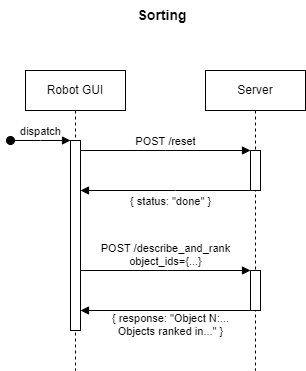
This is resources/sorting_flow.png from clear-nus/octopi-1.5, a draw.io export, as it was before one commit. Source tidied: cells renumbered, new cells last; positions are measured from the earlier drawing's top-left corner, leaving out a move shared by most shapes.
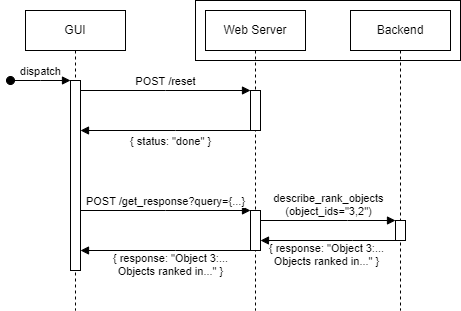
After the change.

Commit message:
Update API diagrams for v2

The edit, as a diff of the source:
```diff
@@ -2,7 +2,7 @@
   <root>
     <mxCell id="0" />
     <mxCell id="1" parent="0" />
-    <mxCell id="2" value="Robot GUI" style="shape=umlLifeline;perimeter=lifelinePerimeter;whiteSpace=wrap;html=1;newEdgeStyle={&quot;edgeStyle&quot;:&quot;elbowEdgeStyle&quot;,&quot;elbow&quot;:&quot;vertical&quot;,&quot;curved&quot;:0,&quot;rounded&quot;:0};" parent="1" vertex="1">
+    <mxCell id="2" value="GUI" style="shape=umlLifeline;perimeter=lifelinePerimeter;whiteSpace=wrap;html=1;newEdgeStyle={&quot;edgeStyle&quot;:&quot;elbowEdgeStyle&quot;,&quot;elbow&quot;:&quot;vertical&quot;,&quot;curved&quot;:0,&quot;rounded&quot;:0};" parent="1" vertex="1">
       <mxGeometry x="15" y="70" width="100" height="300" as="geometry" />
     </mxCell>
     <mxCell id="3" style="html=1;points=[];perimeter=orthogonalPerimeter;outlineConnect=0;targetShapes=umlLifeline;portConstraint=eastwest;newEdgeStyle={&quot;edgeStyle&quot;:&quot;elbowEdgeStyle&quot;,&quot;elbow&quot;:&quot;vertical&quot;,&quot;curved&quot;:0,&quot;rounded&quot;:0};" parent="2" vertex="1">
@@ -13,7 +13,7 @@
         <mxPoint x="-15" y="70" as="sourcePoint" />
       </mxGeometry>
     </mxCell>
-    <mxCell id="5" value="Server" style="shape=umlLifeline;perimeter=lifelinePerimeter;whiteSpace=wrap;html=1;newEdgeStyle={&quot;edgeStyle&quot;:&quot;elbowEdgeStyle&quot;,&quot;elbow&quot;:&quot;vertical&quot;,&quot;curved&quot;:0,&quot;rounded&quot;:0};" parent="1" vertex="1">
+    <mxCell id="5" value="Web Server" style="shape=umlLifeline;perimeter=lifelinePerimeter;whiteSpace=wrap;html=1;newEdgeStyle={&quot;edgeStyle&quot;:&quot;elbowEdgeStyle&quot;,&quot;elbow&quot;:&quot;vertical&quot;,&quot;curved&quot;:0,&quot;rounded&quot;:0};" parent="1" vertex="1">
       <mxGeometry x="195" y="70" width="100" height="300" as="geometry" />
     </mxCell>
     <mxCell id="6" style="html=1;points=[];perimeter=orthogonalPerimeter;outlineConnect=0;targetShapes=umlLifeline;portConstraint=eastwest;newEdgeStyle={&quot;edgeStyle&quot;:&quot;elbowEdgeStyle&quot;,&quot;elbow&quot;:&quot;vertical&quot;,&quot;curved&quot;:0,&quot;rounded&quot;:0};" parent="5" vertex="1">
@@ -36,22 +36,48 @@
         </Array>
       </mxGeometry>
     </mxCell>
-    <mxCell id="10" value="Sorting" style="text;html=1;align=center;verticalAlign=middle;whiteSpace=wrap;rounded=0;fontStyle=1;fontSize=14;" parent="1" vertex="1">
-      <mxGeometry x="122" width="60" height="30" as="geometry" />
-    </mxCell>
-    <mxCell id="11" value="POST /describe_and_rank&lt;div&gt;object_ids={...}&lt;/div&gt;" style="html=1;verticalAlign=bottom;endArrow=block;edgeStyle=elbowEdgeStyle;elbow=horizontal;curved=0;rounded=0;" parent="1" edge="1" source="3" target="7">
+    <mxCell id="11" value="describe_rank_objects&lt;div&gt;(object_ids=&quot;3,2&quot;)&lt;/div&gt;" style="html=1;verticalAlign=bottom;endArrow=block;edgeStyle=elbowEdgeStyle;elbow=horizontal;curved=0;rounded=0;" parent="1" edge="1" target="14">
       <mxGeometry relative="1" as="geometry">
+        <mxPoint x="250" y="280" as="sourcePoint" />
         <Array as="points">
-          <mxPoint x="157" y="270" />
+          <mxPoint x="337" y="280" />
         </Array>
       </mxGeometry>
     </mxCell>
-    <mxCell id="12" value="{ response: &quot;Object N:...&lt;div&gt;Objects ranked in...&quot; }&lt;/div&gt;" style="html=1;verticalAlign=bottom;endArrow=block;edgeStyle=elbowEdgeStyle;elbow=vertical;curved=0;rounded=0;exitX=1;exitY=0.75;exitDx=0;exitDy=0;exitPerimeter=0;" parent="1" edge="1" source="7" target="3">
+    <mxCell id="12" value="{ response: &quot;Object 3:...&lt;div&gt;Objects ranked in...&quot; }&lt;/div&gt;" style="html=1;verticalAlign=bottom;endArrow=block;edgeStyle=elbowEdgeStyle;elbow=vertical;curved=0;rounded=0;exitX=0.5;exitY=1;exitDx=0;exitDy=0;exitPerimeter=0;" parent="1" edge="1" source="14">
       <mxGeometry x="0.05" y="30" relative="1" as="geometry">
+        <mxPoint x="250" y="300" as="targetPoint" />
         <Array as="points">
-          <mxPoint x="162" y="310" />
+          <mxPoint x="342" y="300" />
         </Array>
       </mxGeometry>
     </mxCell>
+    <mxCell id="13" value="Backend" style="shape=umlLifeline;perimeter=lifelinePerimeter;whiteSpace=wrap;html=1;newEdgeStyle={&quot;edgeStyle&quot;:&quot;elbowEdgeStyle&quot;,&quot;elbow&quot;:&quot;vertical&quot;,&quot;curved&quot;:0,&quot;rounded&quot;:0};" parent="1" vertex="1">
+      <mxGeometry x="340" y="70" width="100" height="300" as="geometry" />
+    </mxCell>
+    <mxCell id="14" style="html=1;points=[];perimeter=orthogonalPerimeter;outlineConnect=0;targetShapes=umlLifeline;portConstraint=eastwest;newEdgeStyle={&quot;edgeStyle&quot;:&quot;elbowEdgeStyle&quot;,&quot;elbow&quot;:&quot;vertical&quot;,&quot;curved&quot;:0,&quot;rounded&quot;:0};" parent="13" vertex="1">
+      <mxGeometry x="45" y="210" width="10" height="20" as="geometry" />
+    </mxCell>
+    <mxCell id="15" style="rounded=0;whiteSpace=wrap;html=1;fillColor=none;" parent="1" vertex="1">
+      <mxGeometry x="185" y="60" width="265" height="60" as="geometry" />
+    </mxCell>
+    <mxCell id="16" value="POST /get_response?query={...}" style="html=1;verticalAlign=bottom;endArrow=block;edgeStyle=elbowEdgeStyle;elbow=vertical;curved=0;rounded=0;" parent="1" edge="1">
+      <mxGeometry relative="1" as="geometry">
+        <mxPoint x="70" y="270" as="sourcePoint" />
+        <mxPoint x="240" y="270" as="targetPoint" />
+        <Array as="points">
+          <mxPoint x="155" y="270" />
+        </Array>
+      </mxGeometry>
+    </mxCell>
+    <mxCell id="17" value="{ response: &quot;Object 3:...&lt;div&gt;Objects ranked in...&quot; }&lt;/div&gt;" style="html=1;verticalAlign=bottom;endArrow=block;edgeStyle=elbowEdgeStyle;elbow=horizontal;curved=0;rounded=0;" parent="1" edge="1">
+      <mxGeometry x="-0.06" y="30" relative="1" as="geometry">
+        <mxPoint x="240" y="310" as="sourcePoint" />
+        <mxPoint x="70" y="310" as="targetPoint" />
+        <Array as="points">
+          <mxPoint x="165" y="310" />
+        </Array>
+      </mxGeometry>
+    </mxCell>
   </root>
 </mxGraphModel>
```
